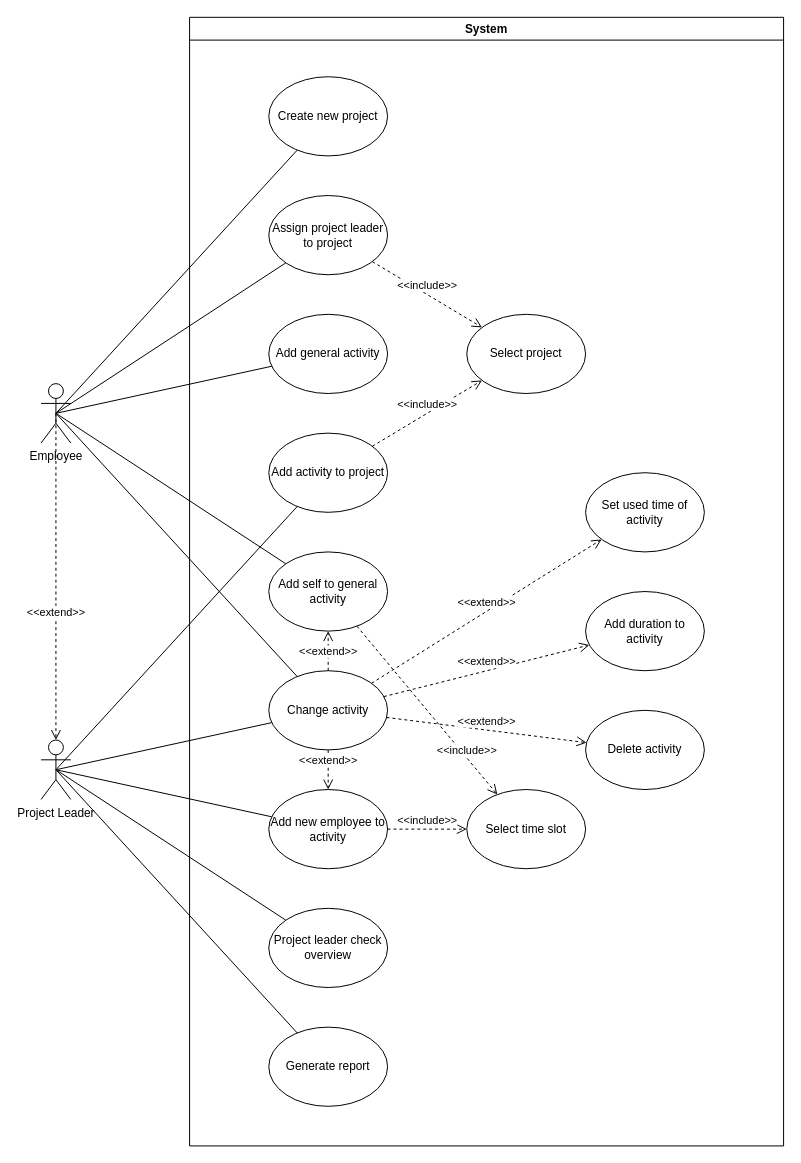
Buildasaurus/02161-Projekt keeps this draw.io diagram as Use cases.drawio. Above is the earlier version. Source tidied: cells renumbered, new cells numbered last; positions are measured from the earlier drawing's top-left corner, leaving out a move shared by most shapes. Both pictures are drawn from the tidied source at 99%, with x=0, y=0 at pixel (41, 17).
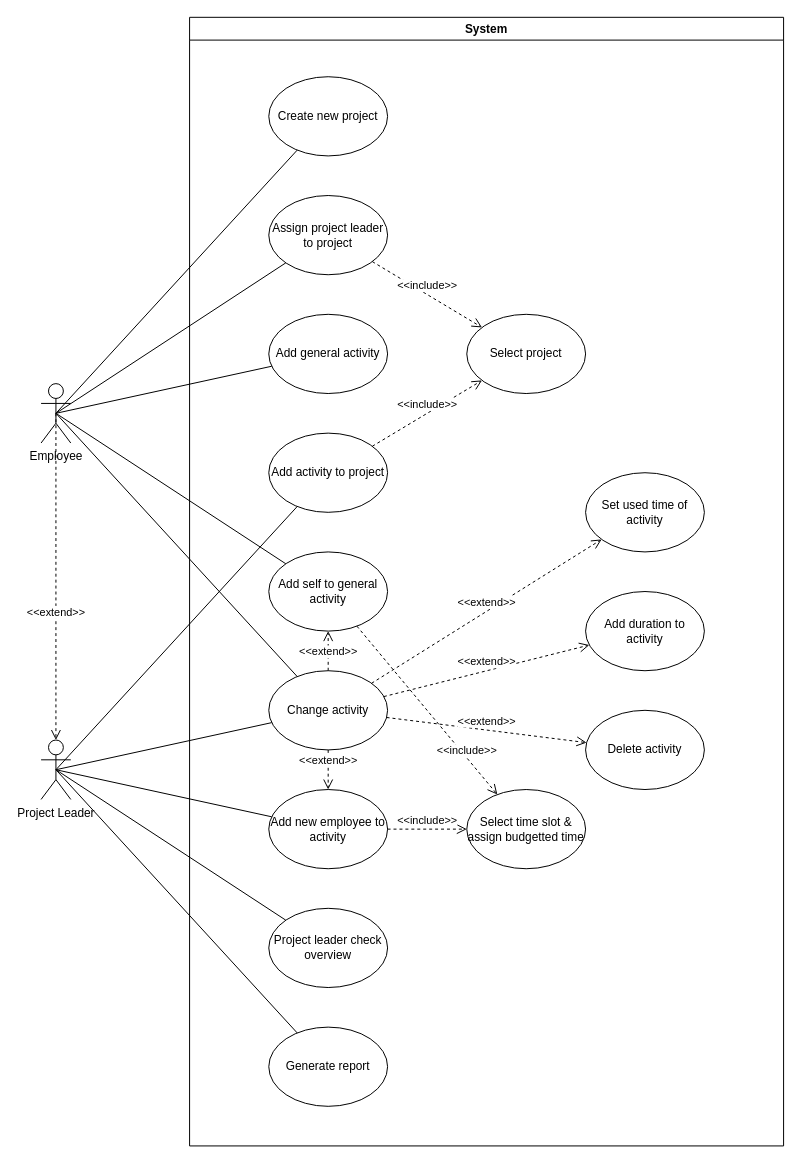
The same page after the edit.

Unchanged cells that the change refers to:
```xml
<mxCell id="2" value="System" style="swimlane;" parent="1" vertex="1">
  <mxGeometry x="150" width="600" height="1140" as="geometry" />
</mxCell>
```

Change to the diagram source:
```diff
@@
-    <mxCell id="21" value="Select time slot" style="ellipse;whiteSpace=wrap;html=1;" parent="2" vertex="1">
+    <mxCell id="21" value="Select time slot &amp;amp; assign budgetted time" style="ellipse;whiteSpace=wrap;html=1;" parent="2" vertex="1">
       <mxGeometry x="280" y="780" width="120" height="80" as="geometry" />
     </mxCell>
```
